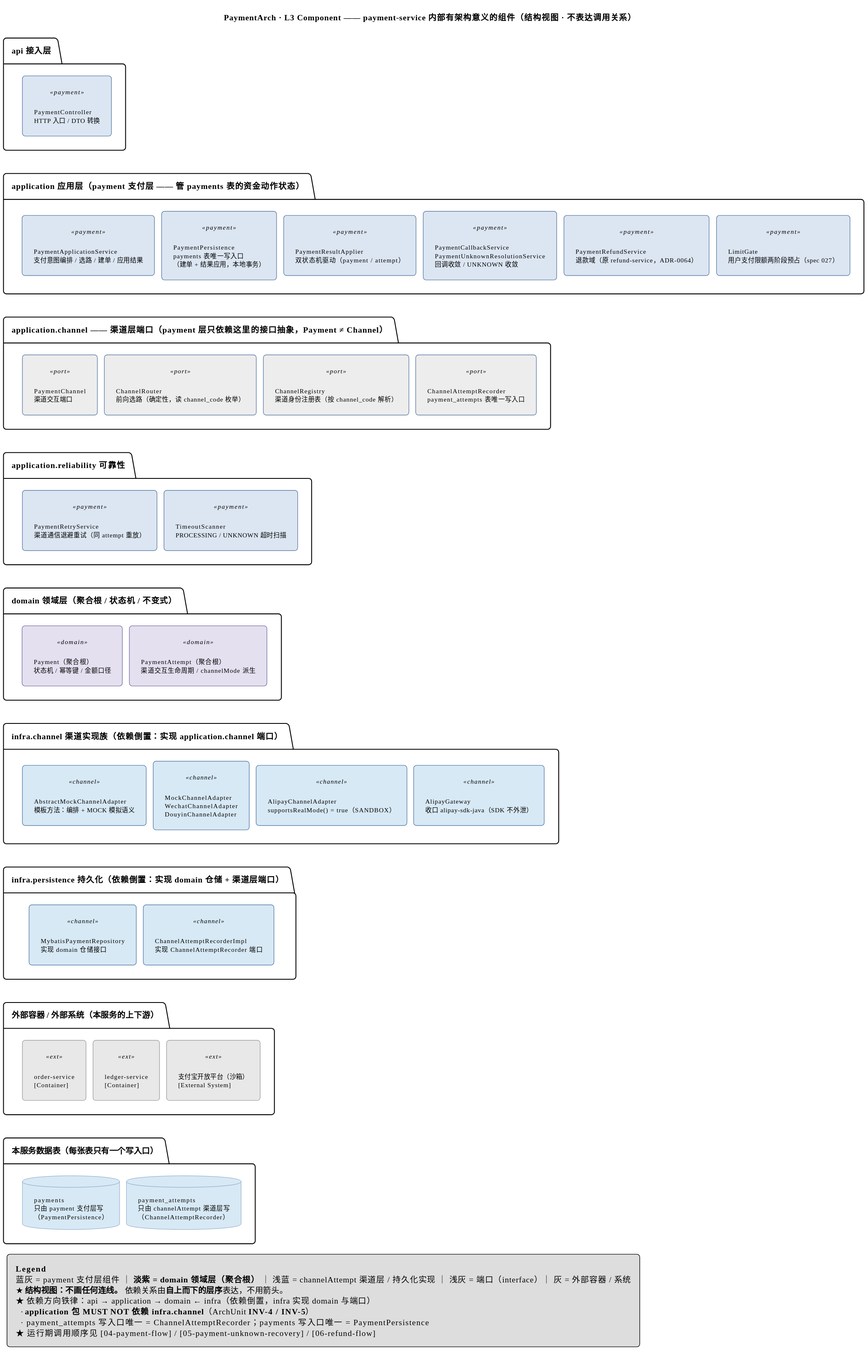
This is docs/architecture/diagrams/03-payment-components.svg from ckcky/Payment, a PlantUML export, as it was before one commit.
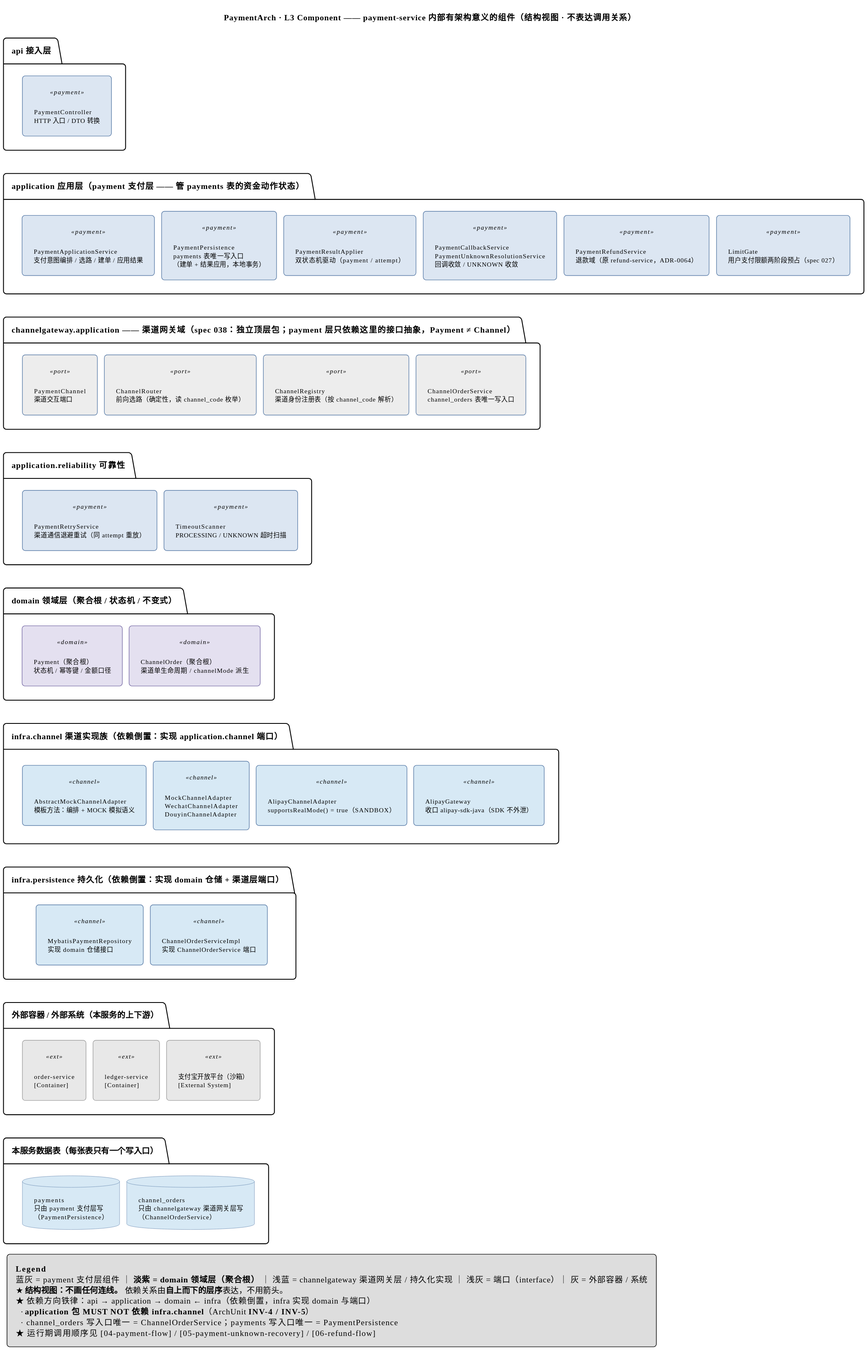
Later version of the same file.

What changed in the source:
```diff
@@ -63,11 +63,11 @@
   A5 -[hidden]right- A6
 }
 
-package "application.channel —— 渠道层端口（payment 层只依赖这里的接口抽象，Payment ≠ Channel）" as PORTS {
+package "channelgateway.application —— 渠道网关域（spec 038：独立顶层包；payment 层只依赖这里的接口抽象，Payment ≠ Channel）" as PORTS {
   rectangle "PaymentChannel\n渠道交互端口" as P1 <<port>>
   rectangle "ChannelRouter\n前向选路（确定性，读 channel_code 枚举）" as P2 <<port>>
   rectangle "ChannelRegistry\n渠道身份注册表（按 channel_code 解析）" as P3 <<port>>
-  rectangle "ChannelAttemptRecorder\npayment_attempts 表唯一写入口" as P4 <<port>>
+  rectangle "ChannelOrderService\nchannel_orders 表唯一写入口" as P4 <<port>>
   P1 -[hidden]right- P2
   P2 -[hidden]right- P3
   P3 -[hidden]right- P4
@@ -81,7 +81,7 @@
 
 package "domain 领域层（聚合根 / 状态机 / 不变式）" as DOM {
   rectangle "Payment（聚合根）\n状态机 / 幂等键 / 金额口径" as D1 <<domain>>
-  rectangle "PaymentAttempt（聚合根）\n渠道交互生命周期 / channelMode 派生" as D2 <<domain>>
+  rectangle "ChannelOrder（聚合根）\n渠道单生命周期 / channelMode 派生" as D2 <<domain>>
   D1 -[hidden]right- D2
 }
 
@@ -97,7 +97,7 @@
 
 package "infra.persistence 持久化（依赖倒置：实现 domain 仓储 + 渠道层端口）" as IMPP {
   rectangle "MybatisPaymentRepository\n实现 domain 仓储接口" as J1 <<channel>>
-  rectangle "ChannelAttemptRecorderImpl\n实现 ChannelAttemptRecorder 端口" as J2 <<channel>>
+  rectangle "ChannelOrderServiceImpl\n实现 ChannelOrderService 端口" as J2 <<channel>>
   J1 -[hidden]right- J2
 }
 
@@ -111,7 +111,7 @@
 
 package "本服务数据表（每张表只有一个写入口）" as TABS {
   database "payments\n只由 payment 支付层写\n（PaymentPersistence）" as DB1
-  database "payment_attempts\n只由 channelAttempt 渠道层写\n（ChannelAttemptRecorder）" as DB2
+  database "channel_orders\n只由 channelgateway 渠道网关层写\n（ChannelOrderService）" as DB2
   DB1 -[hidden]right- DB2
 }
 
@@ -126,11 +126,11 @@
 
 legend bottom left
   **Legend**
-  蓝灰 = payment 支付层组件 ｜ **淡紫 = domain 领域层（聚合根）** ｜ 浅蓝 = channelAttempt 渠道层 / 持久化实现 ｜ 浅灰 = 端口（interface）｜ 灰 = 外部容器 / 系统
+  蓝灰 = payment 支付层组件 ｜ **淡紫 = domain 领域层（聚合根）** ｜ 浅蓝 = channelgateway 渠道网关层 / 持久化实现 ｜ 浅灰 = 端口（interface）｜ 灰 = 外部容器 / 系统
   ★ **结构视图：不画任何连线。** 依赖关系由**自上而下的层序**表达，不用箭头。
   ★ 依赖方向铁律：api → application → domain ← infra（依赖倒置，infra 实现 domain 与端口）
     · **application 包 MUST NOT 依赖 infra.channel**（ArchUnit **INV-4 / INV-5**）
-    · payment_attempts 写入口唯一 = ChannelAttemptRecorder；payments 写入口唯一 = PaymentPersistence
+    · channel_orders 写入口唯一 = ChannelOrderService；payments 写入口唯一 = PaymentPersistence
   ★ 运行期调用顺序见 [04-payment-flow] / [05-payment-unknown-recovery] / [06-refund-flow]
 endlegend
 @enduml
```
